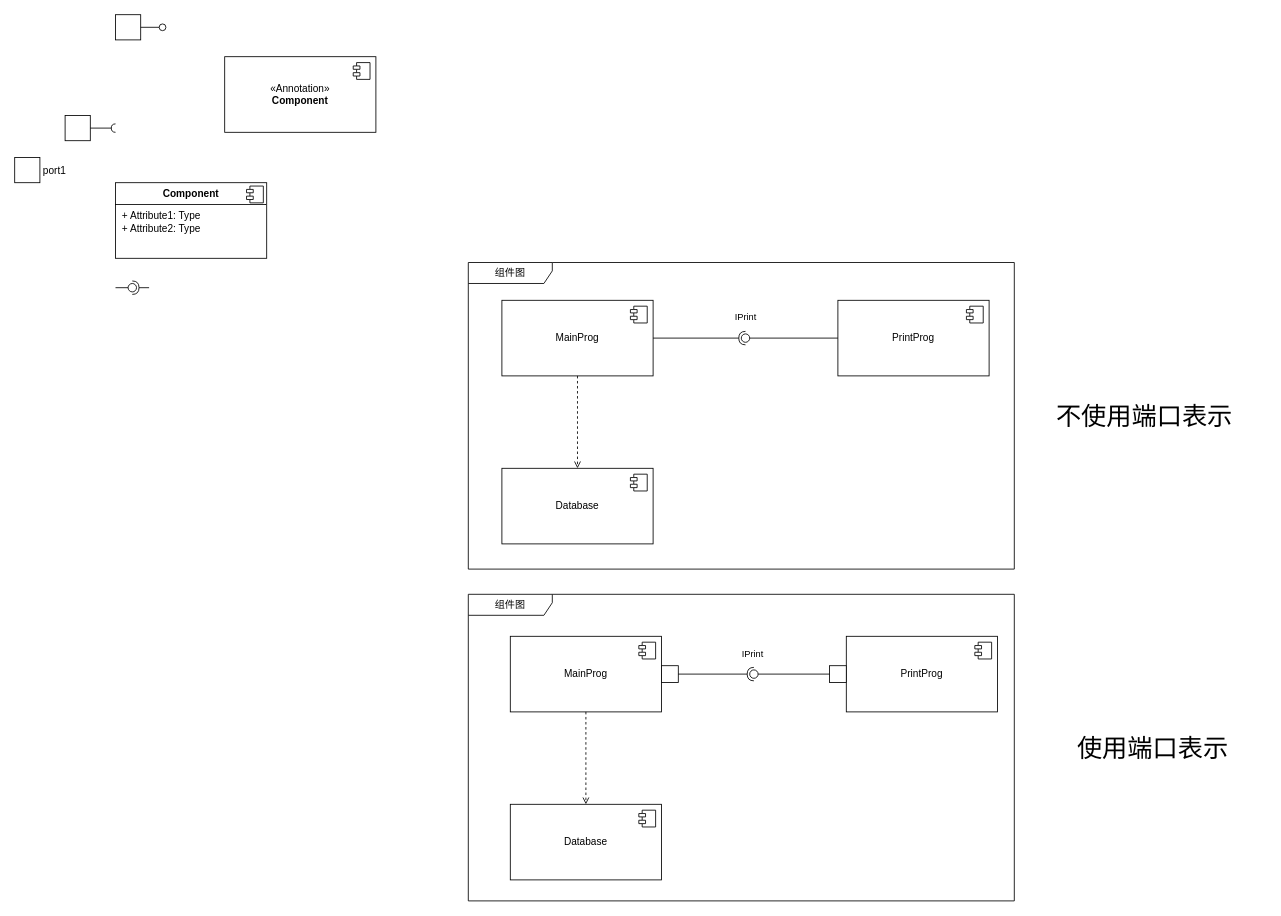
Earlier version of the draw.io diagram work/demo/组件图.drawio (CoKoii/Study). Source tidied: cells renumbered, new cells numbered last; positions are measured from the earlier drawing's top-left corner, leaving out a move shared by most shapes. Both pictures are drawn from the tidied source at 84%, with x=0, y=0 at pixel (14, 14).
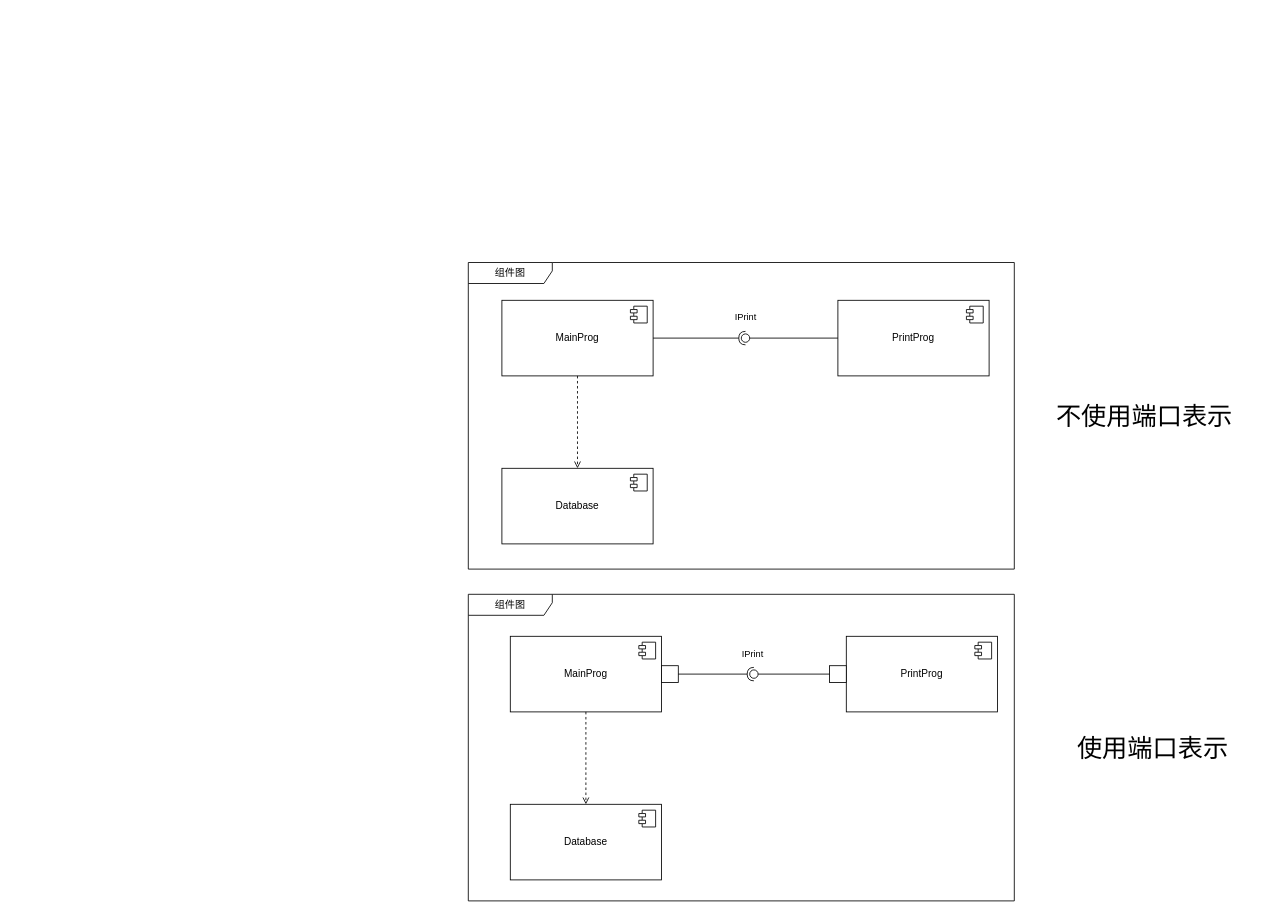
The same page after the edit.

Change to the diagram source:
```diff
@@
-    <mxCell id="2" value="&amp;laquo;Annotation&amp;raquo;&lt;br/&gt;&lt;b&gt;Component&lt;/b&gt;" style="html=1;whiteSpace=wrap;" parent="1" vertex="1">
-      <mxGeometry x="250" y="50" width="180" height="90" as="geometry" />
-    </mxCell>
-    <mxCell id="3" style="shape=module;jettyWidth=8;jettyHeight=4;" parent="2" vertex="1">
-      <mxGeometry x="1" width="20" height="20" relative="1" as="geometry">
-        <mxPoint x="-27" y="7" as="offset" />
-      </mxGeometry>
-    </mxCell>
-    <mxCell id="4" value="&lt;p style=&quot;margin:0px;margin-top:6px;text-align:center;&quot;&gt;&lt;b&gt;Component&lt;/b&gt;&lt;/p&gt;&lt;hr size=&quot;1&quot; style=&quot;border-style:solid;&quot;/&gt;&lt;p style=&quot;margin:0px;margin-left:8px;&quot;&gt;+ Attribute1: Type&lt;br/&gt;+ Attribute2: Type&lt;/p&gt;" style="align=left;overflow=fill;html=1;whiteSpace=wrap;" parent="1" vertex="1">
-      <mxGeometry x="120" y="200" width="180" height="90" as="geometry" />
-    </mxCell>
-    <mxCell id="5" style="shape=component;jettyWidth=8;jettyHeight=4;" parent="4" vertex="1">
-      <mxGeometry x="1" width="20" height="20" relative="1" as="geometry">
-        <mxPoint x="-24" y="4" as="offset" />
-      </mxGeometry>
-    </mxCell>
-    <mxCell id="6" style="rounded=0;jettySize=auto;html=1;endArrow=halfCircle;endFill=0;endSize=6;strokeWidth=1;sketch=0;" parent="1" edge="1" target="8">
-      <mxGeometry relative="1" as="geometry">
-        <mxPoint x="160" y="325" as="sourcePoint" />
-      </mxGeometry>
-    </mxCell>
-    <mxCell id="7" style="rounded=0;jettySize=auto;html=1;endArrow=oval;endFill=0;sketch=0;sourcePerimeterSpacing=0;targetPerimeterSpacing=0;endSize=10;" parent="1" edge="1" target="8">
-      <mxGeometry relative="1" as="geometry">
-        <mxPoint x="120" y="325" as="sourcePoint" />
-      </mxGeometry>
-    </mxCell>
-    <mxCell id="8" style="ellipse;whiteSpace=wrap;html=1;align=center;fillColor=none;strokeColor=none;perimeter=centerPerimeter;points=[];outlineConnect=1;" parent="1" vertex="1">
-      <mxGeometry x="135" y="320" width="10" height="10" as="geometry" />
-    </mxCell>
-    <mxCell id="9" style="html=1;rounded=0;" parent="1" vertex="1">
-      <mxGeometry x="120" width="30" height="30" as="geometry" />
-    </mxCell>
-    <mxCell id="10" style="endArrow=none;html=1;rounded=0;align=center;verticalAlign=top;endFill=0;labelBackgroundColor=none;endSize=2;" parent="1" edge="1" source="9" target="11">
-      <mxGeometry relative="1" as="geometry" />
-    </mxCell>
-    <mxCell id="11" style="ellipse;html=1;fontSize=11;align=center;fillColor=none;points=[];verticalAlign=bottom;labelPosition=center;verticalLabelPosition=top;flipH=1;" parent="1" vertex="1">
-      <mxGeometry x="172" y="11" width="8" height="8" as="geometry" />
-    </mxCell>
-    <mxCell id="12" style="html=1;rounded=0;" parent="1" vertex="1">
-      <mxGeometry x="60" y="120" width="30" height="30" as="geometry" />
-    </mxCell>
-    <mxCell id="13" style="endArrow=none;html=1;rounded=0;align=center;verticalAlign=top;endFill=0;labelBackgroundColor=none;endSize=2;" parent="1" edge="1" source="12" target="14">
-      <mxGeometry relative="1" as="geometry" />
-    </mxCell>
-    <mxCell id="14" style="shape=requiredInterface;html=1;fontSize=11;align=center;fillColor=none;points=[];verticalAlign=bottom;labelPosition=center;verticalLabelPosition=top;flipH=1;" parent="1" vertex="1">
-      <mxGeometry x="115" y="130" width="5" height="10" as="geometry" />
-    </mxCell>
-    <mxCell id="15" value="port1" style="fontStyle=0;labelPosition=right;verticalLabelPosition=middle;align=left;verticalAlign=middle;spacingLeft=2;" parent="1" vertex="1">
-      <mxGeometry y="170" width="30" height="30" as="geometry" />
-    </mxCell>
```
